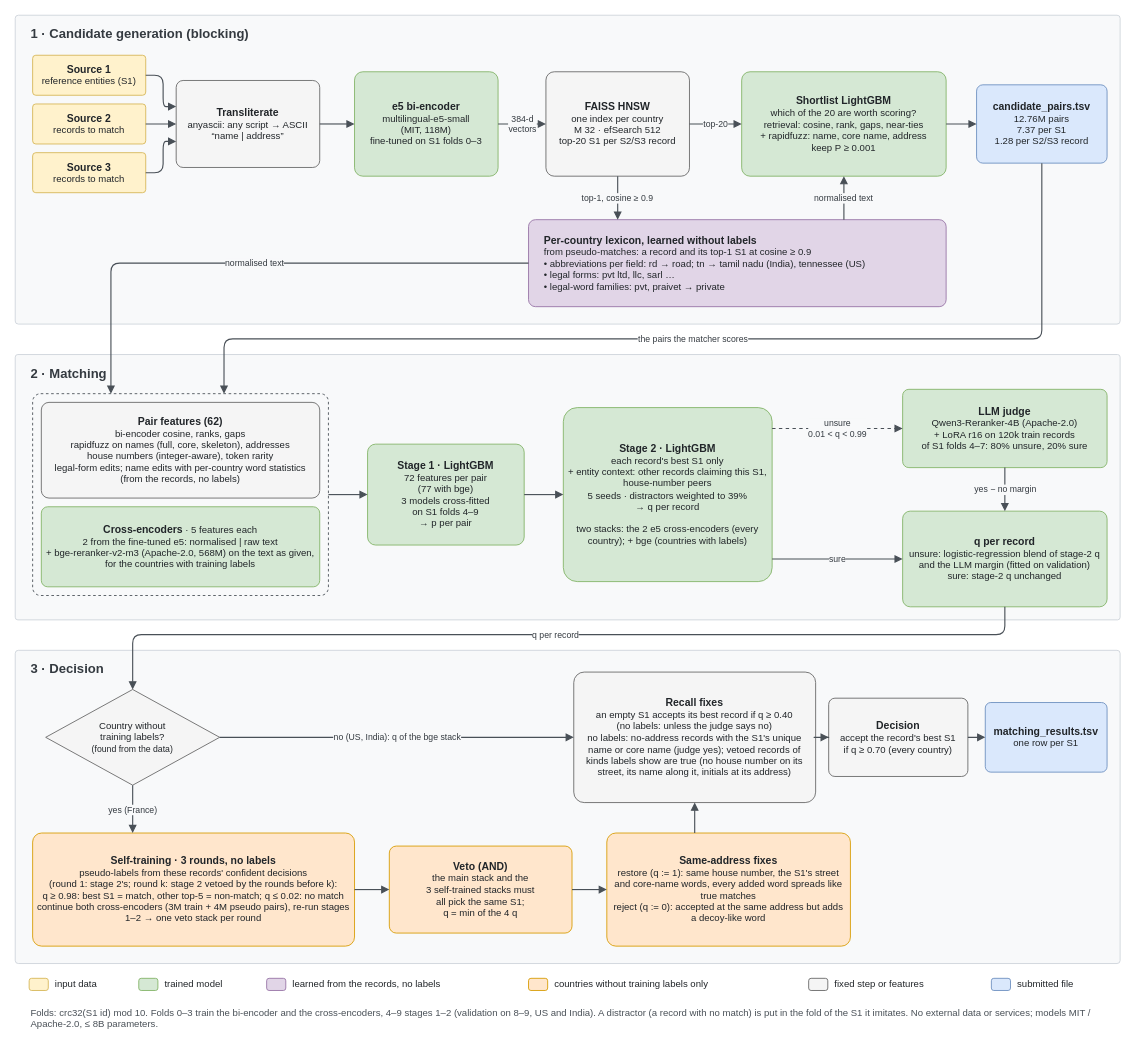
Above: ber/pipeline.drawio in i-sahajmistry/Amazon-ML-Challenge-26 (draw.io), before the change. Source tidied: cells renumbered, new cells numbered last; positions are measured from the earlier drawing's top-left corner, leaving out a move shared by most shapes. Both pictures are drawn from the tidied source at 87%, with x=0, y=0 at pixel (15, 15).
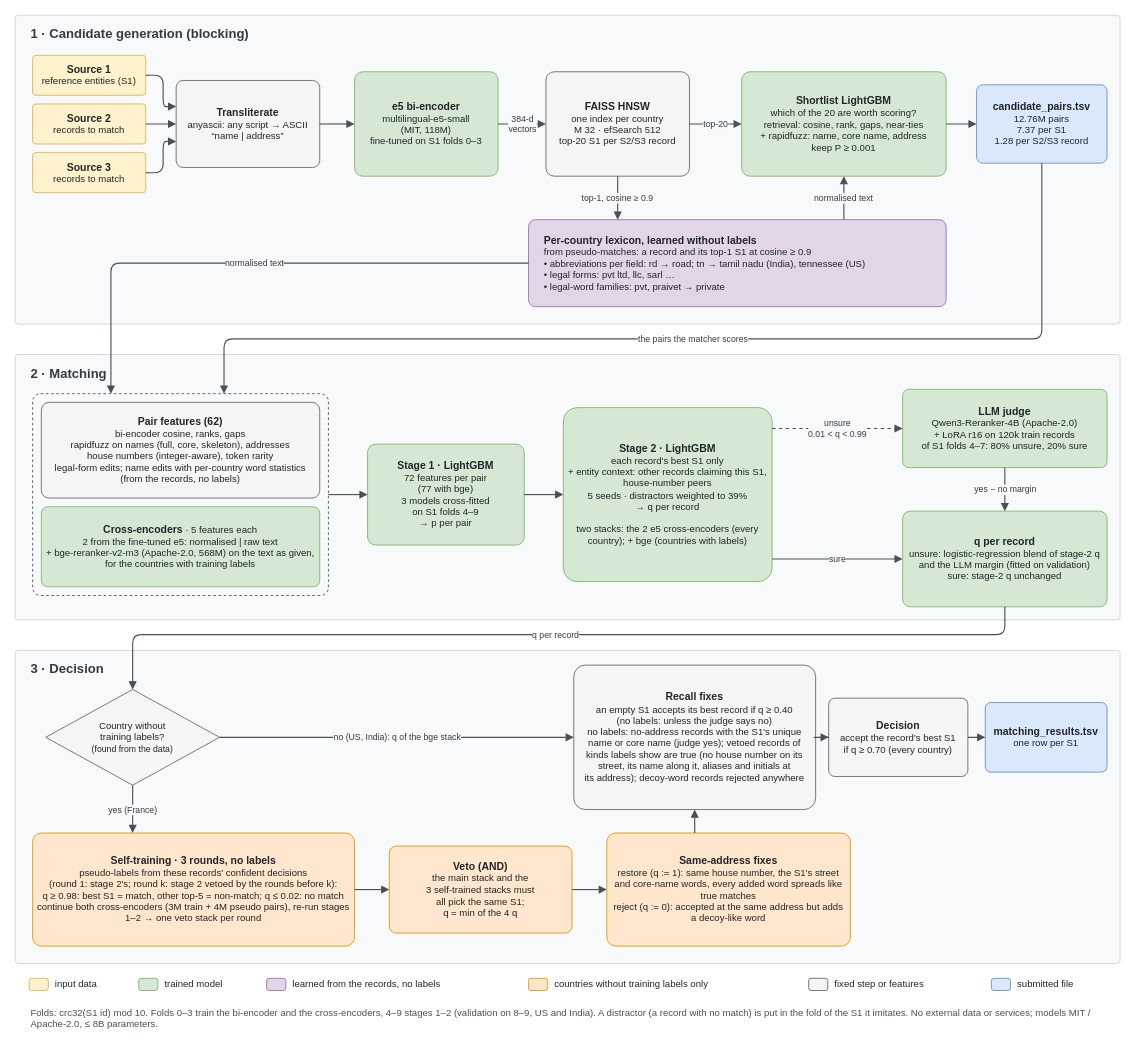
Above is the later version.

Commit message (it also covers changes not shown here):
README, documentation and figure for C8 (leaderboard 0.99091): aliases, initials, decoy-word rejects

Change to the diagram source:
```diff
@@
-    <mxCell id="42" value="&lt;b&gt;&lt;font style=&quot;font-size:12px&quot;&gt;Recall fixes&lt;/font&gt;&lt;/b&gt;&lt;br&gt;an empty S1 accepts its best record if q ≥ 0.40&lt;br&gt;(no labels: unless the judge says no)&lt;br&gt;no labels: no-address records with the S1's unique&lt;br&gt;name or core name (judge yes); vetoed records of&lt;br&gt;kinds labels show are true (no house number on its&lt;br&gt;street, its name along it, initials at its address)" style="rounded=1;whiteSpace=wrap;html=1;arcSize=8;align=center;verticalAlign=middle;spacing=6;fontFamily=Helvetica;fontSize=11;fontColor=#212529;fillColor=#F5F5F5;strokeColor=#666666;" parent="1" vertex="1">
-      <mxGeometry x="642" y="755" width="278" height="150" as="geometry" />
+    <mxCell id="42" value="&lt;b&gt;&lt;font style=&quot;font-size:12px&quot;&gt;Recall fixes&lt;/font&gt;&lt;/b&gt;&lt;br&gt;an empty S1 accepts its best record if q ≥ 0.40&lt;br&gt;(no labels: unless the judge says no)&lt;br&gt;no labels: no-address records with the S1's unique&lt;br&gt;name or core name (judge yes); vetoed records of&lt;br&gt;kinds labels show are true (no house number on its&lt;br&gt;street, its name along it, aliases and initials at&lt;br&gt;its address); decoy-word records rejected anywhere" style="rounded=1;whiteSpace=wrap;html=1;arcSize=8;align=center;verticalAlign=middle;spacing=6;fontFamily=Helvetica;fontSize=11;fontColor=#212529;fillColor=#F5F5F5;strokeColor=#666666;" parent="1" vertex="1">
+      <mxGeometry x="642" y="747" width="278" height="166" as="geometry" />
     </mxCell>
```
